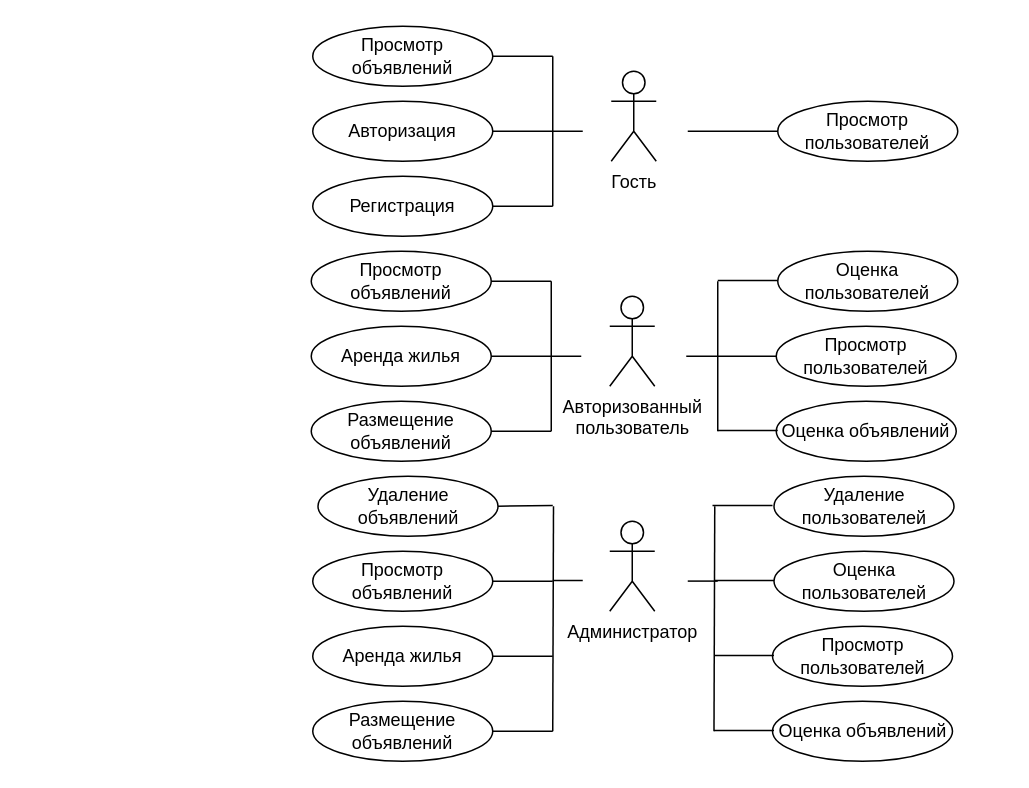
This is page "use-case" (1 of 5) of doc/diagrams.drawio from Pangolierchick/IU7-PPO, a draw.io file, before an edit. Source tidied: cells renumbered, new cells numbered last; positions are measured from the earlier drawing's top-left corner, leaving out a move shared by most shapes. Both pictures are drawn from the tidied source at 150%, with x=0, y=0 at pixel (310, 26).
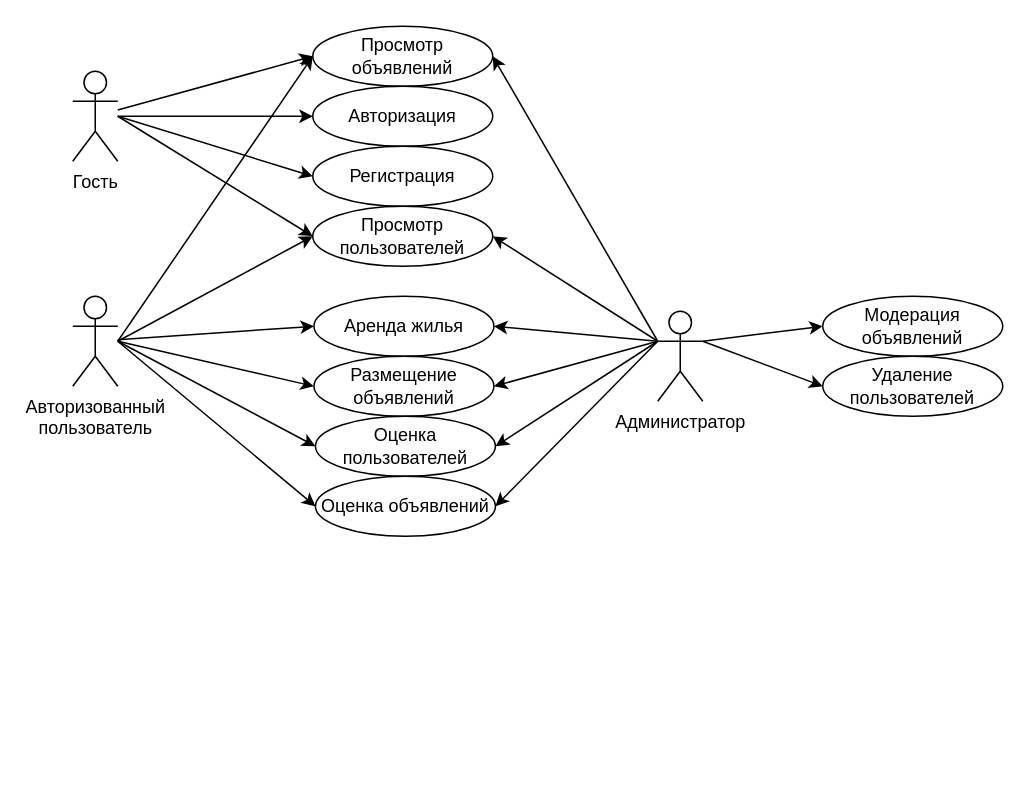
After the change.

The change refers to these unchanged cells:
```xml
<mxCell id="3" value="Просмотр объявлений" style="ellipse;whiteSpace=wrap;html=1;labelBackgroundColor=none;rounded=0;" parent="1" vertex="1">
  <mxGeometry x="1" width="120" height="40" as="geometry" />
</mxCell>
```

What changed in the source:
```diff
@@
     <mxCell id="2" value="Гость" style="shape=umlActor;verticalLabelPosition=bottom;verticalAlign=top;html=1;outlineConnect=0;labelBackgroundColor=none;rounded=0;" parent="1" vertex="1">
-      <mxGeometry x="200" y="30" width="30" height="60" as="geometry" />
+      <mxGeometry x="-159" y="30" width="30" height="60" as="geometry" />
     </mxCell>
@@
     <mxCell id="4" value="Авторизация" style="ellipse;whiteSpace=wrap;html=1;labelBackgroundColor=none;rounded=0;" parent="1" vertex="1">
-      <mxGeometry x="1" y="50" width="120" height="40" as="geometry" />
+      <mxGeometry x="1" y="40" width="120" height="40" as="geometry" />
     </mxCell>
     <mxCell id="5" value="Регистрация" style="ellipse;whiteSpace=wrap;html=1;labelBackgroundColor=none;rounded=0;" parent="1" vertex="1">
-      <mxGeometry x="1" y="100" width="120" height="40" as="geometry" />
+      <mxGeometry x="1" y="80" width="120" height="40" as="geometry" />
     </mxCell>
     <mxCell id="6" value="Просмотр пользователей" style="ellipse;whiteSpace=wrap;html=1;labelBackgroundColor=none;rounded=0;" parent="1" vertex="1">
-      <mxGeometry x="311" y="50" width="120" height="40" as="geometry" />
+      <mxGeometry x="1" y="120" width="120" height="40" as="geometry" />
     </mxCell>
-    <mxCell id="7" style="endArrow=none;html=1;rounded=0;exitX=1;exitY=0.5;exitDx=0;exitDy=0;" parent="1" edge="1" source="5">
-      <mxGeometry relative="1" as="geometry">
-        <mxPoint x="161" y="120" as="targetPoint" />
-      </mxGeometry>
-    </mxCell>
-    <mxCell id="8" style="endArrow=none;html=1;rounded=0;" parent="1" edge="1">
-      <mxGeometry relative="1" as="geometry">
-        <mxPoint x="161" y="20" as="sourcePoint" />
-        <mxPoint x="161" y="120" as="targetPoint" />
-      </mxGeometry>
-    </mxCell>
-    <mxCell id="9" style="endArrow=none;html=1;rounded=0;exitX=1;exitY=0.5;exitDx=0;exitDy=0;" parent="1" edge="1" source="4">
-      <mxGeometry relative="1" as="geometry">
-        <mxPoint x="161" y="70" as="targetPoint" />
-      </mxGeometry>
-    </mxCell>
-    <mxCell id="10" style="endArrow=none;html=1;rounded=0;exitX=1;exitY=0.5;exitDx=0;exitDy=0;" parent="1" edge="1" source="3">
-      <mxGeometry relative="1" as="geometry">
-        <mxPoint x="161" y="20" as="targetPoint" />
-      </mxGeometry>
-    </mxCell>
-    <mxCell id="11" style="endArrow=none;html=1;rounded=0;" parent="1" edge="1">
-      <mxGeometry relative="1" as="geometry">
-        <mxPoint x="161" y="70" as="sourcePoint" />
-        <mxPoint x="181" y="70" as="targetPoint" />
-      </mxGeometry>
-    </mxCell>
-    <mxCell id="12" style="endArrow=none;html=1;rounded=0;entryX=0;entryY=0.5;entryDx=0;entryDy=0;" parent="1" edge="1" target="6">
-      <mxGeometry relative="1" as="geometry">
-        <mxPoint x="251" y="70" as="sourcePoint" />
-      </mxGeometry>
-    </mxCell>
     <mxCell id="13" value="Авторизованный&lt;br&gt;пользователь" style="shape=umlActor;verticalLabelPosition=bottom;verticalAlign=top;html=1;outlineConnect=0;labelBackgroundColor=none;rounded=0;" parent="1" vertex="1">
-      <mxGeometry x="199" y="180" width="30" height="60" as="geometry" />
+      <mxGeometry x="-159" y="180" width="30" height="60" as="geometry" />
     </mxCell>
-    <mxCell id="14" value="Просмотр объявлений" style="ellipse;whiteSpace=wrap;html=1;labelBackgroundColor=none;rounded=0;" parent="1" vertex="1">
-      <mxGeometry y="150" width="120" height="40" as="geometry" />
-    </mxCell>
     <mxCell id="15" value="Аренда жилья" style="ellipse;whiteSpace=wrap;html=1;labelBackgroundColor=none;rounded=0;" parent="1" vertex="1">
-      <mxGeometry y="200" width="120" height="40" as="geometry" />
+      <mxGeometry x="1.8" y="180" width="120" height="40" as="geometry" />
     </mxCell>
     <mxCell id="16" value="Размещение объявлений" style="ellipse;whiteSpace=wrap;html=1;labelBackgroundColor=none;rounded=0;" parent="1" vertex="1">
-      <mxGeometry y="250" width="120" height="40" as="geometry" />
+      <mxGeometry x="1.8" y="220" width="120" height="40" as="geometry" />
     </mxCell>
-    <mxCell id="17" value="Просмотр пользователей" style="ellipse;whiteSpace=wrap;html=1;labelBackgroundColor=none;rounded=0;" parent="1" vertex="1">
-      <mxGeometry x="310" y="200" width="120" height="40" as="geometry" />
-    </mxCell>
-    <mxCell id="18" style="endArrow=none;html=1;rounded=0;exitX=1;exitY=0.5;exitDx=0;exitDy=0;" parent="1" edge="1" source="16">
-      <mxGeometry relative="1" as="geometry">
-        <mxPoint x="160" y="270" as="targetPoint" />
-      </mxGeometry>
-    </mxCell>
-    <mxCell id="19" style="endArrow=none;html=1;rounded=0;" parent="1" edge="1">
-      <mxGeometry relative="1" as="geometry">
-        <mxPoint x="160" y="170" as="sourcePoint" />
-        <mxPoint x="160" y="270" as="targetPoint" />
-      </mxGeometry>
-    </mxCell>
-    <mxCell id="20" style="endArrow=none;html=1;rounded=0;exitX=1;exitY=0.5;exitDx=0;exitDy=0;" parent="1" edge="1" source="15">
-      <mxGeometry relative="1" as="geometry">
-        <mxPoint x="160" y="220" as="targetPoint" />
-      </mxGeometry>
-    </mxCell>
-    <mxCell id="21" style="endArrow=none;html=1;rounded=0;exitX=1;exitY=0.5;exitDx=0;exitDy=0;" parent="1" edge="1" source="14">
-      <mxGeometry relative="1" as="geometry">
-        <mxPoint x="160" y="170" as="targetPoint" />
-      </mxGeometry>
-    </mxCell>
-    <mxCell id="22" style="endArrow=none;html=1;rounded=0;" parent="1" edge="1">
-      <mxGeometry relative="1" as="geometry">
-        <mxPoint x="160" y="220" as="sourcePoint" />
-        <mxPoint x="180" y="220" as="targetPoint" />
-      </mxGeometry>
-    </mxCell>
-    <mxCell id="23" style="endArrow=none;html=1;rounded=0;entryX=0;entryY=0.5;entryDx=0;entryDy=0;" parent="1" edge="1" target="17">
-      <mxGeometry relative="1" as="geometry">
-        <mxPoint x="250" y="220" as="sourcePoint" />
-      </mxGeometry>
-    </mxCell>
     <mxCell id="24" value="Оценка пользователей" style="ellipse;whiteSpace=wrap;html=1;labelBackgroundColor=none;rounded=0;" parent="1" vertex="1">
-      <mxGeometry x="311" y="150" width="120" height="40" as="geometry" />
+      <mxGeometry x="2.8" y="260" width="120" height="40" as="geometry" />
     </mxCell>
     <mxCell id="25" value="Оценка объявлений" style="ellipse;whiteSpace=wrap;html=1;labelBackgroundColor=none;rounded=0;" parent="1" vertex="1">
-      <mxGeometry x="310" y="250" width="120" height="40" as="geometry" />
+      <mxGeometry x="2.8" y="300" width="120" height="40" as="geometry" />
     </mxCell>
-    <mxCell id="26" style="endArrow=none;html=1;rounded=0;" parent="1" edge="1">
-      <mxGeometry relative="1" as="geometry">
-        <mxPoint x="271" y="170" as="sourcePoint" />
-        <mxPoint x="271" y="270" as="targetPoint" />
-      </mxGeometry>
-    </mxCell>
-    <mxCell id="27" style="endArrow=none;html=1;rounded=0;exitX=1;exitY=0.5;exitDx=0;exitDy=0;" parent="1" edge="1">
-      <mxGeometry relative="1" as="geometry">
-        <mxPoint x="271" y="169.5" as="sourcePoint" />
-        <mxPoint x="311" y="169.5" as="targetPoint" />
-      </mxGeometry>
-    </mxCell>
-    <mxCell id="28" style="endArrow=none;html=1;rounded=0;exitX=1;exitY=0.5;exitDx=0;exitDy=0;" parent="1" edge="1">
-      <mxGeometry relative="1" as="geometry">
-        <mxPoint x="271" y="269.5" as="sourcePoint" />
-        <mxPoint x="311" y="269.5" as="targetPoint" />
-      </mxGeometry>
-    </mxCell>
     <mxCell id="29" value="Администратор" style="shape=umlActor;verticalLabelPosition=bottom;verticalAlign=top;html=1;outlineConnect=0;labelBackgroundColor=none;rounded=0;" parent="1" vertex="1">
-      <mxGeometry x="199" y="330" width="30" height="60" as="geometry" />
+      <mxGeometry x="231" y="190" width="30" height="60" as="geometry" />
     </mxCell>
-    <mxCell id="30" value="Просмотр объявлений" style="ellipse;whiteSpace=wrap;html=1;labelBackgroundColor=none;rounded=0;" parent="1" vertex="1">
-      <mxGeometry x="1" y="350" width="120" height="40" as="geometry" />
-    </mxCell>
-    <mxCell id="31" value="Аренда жилья" style="ellipse;whiteSpace=wrap;html=1;labelBackgroundColor=none;rounded=0;" parent="1" vertex="1">
-      <mxGeometry x="1" y="400" width="120" height="40" as="geometry" />
-    </mxCell>
-    <mxCell id="32" value="Размещение объявлений" style="ellipse;whiteSpace=wrap;html=1;labelBackgroundColor=none;rounded=0;" parent="1" vertex="1">
-      <mxGeometry x="1" y="450" width="120" height="40" as="geometry" />
-    </mxCell>
-    <mxCell id="33" value="Просмотр пользователей" style="ellipse;whiteSpace=wrap;html=1;labelBackgroundColor=none;rounded=0;" parent="1" vertex="1">
-      <mxGeometry x="307.5" y="400" width="120" height="40" as="geometry" />
-    </mxCell>
-    <mxCell id="34" style="endArrow=none;html=1;rounded=0;exitX=1;exitY=0.5;exitDx=0;exitDy=0;" parent="1" edge="1" source="32">
-      <mxGeometry relative="1" as="geometry">
-        <mxPoint x="161" y="470" as="targetPoint" />
-      </mxGeometry>
-    </mxCell>
-    <mxCell id="35" style="endArrow=none;html=1;rounded=0;" parent="1" edge="1">
-      <mxGeometry relative="1" as="geometry">
-        <mxPoint x="161.5" y="320" as="sourcePoint" />
-        <mxPoint x="161" y="470" as="targetPoint" />
-      </mxGeometry>
-    </mxCell>
-    <mxCell id="36" style="endArrow=none;html=1;rounded=0;exitX=1;exitY=0.5;exitDx=0;exitDy=0;" parent="1" edge="1" source="31">
-      <mxGeometry relative="1" as="geometry">
-        <mxPoint x="161" y="420" as="targetPoint" />
-      </mxGeometry>
-    </mxCell>
-    <mxCell id="37" style="endArrow=none;html=1;rounded=0;exitX=1;exitY=0.5;exitDx=0;exitDy=0;" parent="1" edge="1" source="30">
-      <mxGeometry relative="1" as="geometry">
-        <mxPoint x="161" y="370" as="targetPoint" />
-      </mxGeometry>
-    </mxCell>
-    <mxCell id="38" value="Оценка пользователей" style="ellipse;whiteSpace=wrap;html=1;labelBackgroundColor=none;rounded=0;" parent="1" vertex="1">
-      <mxGeometry x="308.5" y="350" width="120" height="40" as="geometry" />
-    </mxCell>
-    <mxCell id="39" value="Оценка объявлений" style="ellipse;whiteSpace=wrap;html=1;labelBackgroundColor=none;rounded=0;" parent="1" vertex="1">
-      <mxGeometry x="307.5" y="450" width="120" height="40" as="geometry" />
-    </mxCell>
-    <mxCell id="40" style="endArrow=none;html=1;rounded=0;" parent="1" edge="1">
-      <mxGeometry relative="1" as="geometry">
-        <mxPoint x="269" y="320" as="sourcePoint" />
-        <mxPoint x="268.5" y="470" as="targetPoint" />
-      </mxGeometry>
-    </mxCell>
-    <mxCell id="41" style="endArrow=none;html=1;rounded=0;exitX=1;exitY=0.5;exitDx=0;exitDy=0;" parent="1" edge="1">
-      <mxGeometry relative="1" as="geometry">
-        <mxPoint x="268.5" y="369.5" as="sourcePoint" />
-        <mxPoint x="308.5" y="369.5" as="targetPoint" />
-      </mxGeometry>
-    </mxCell>
-    <mxCell id="42" style="endArrow=none;html=1;rounded=0;exitX=1;exitY=0.5;exitDx=0;exitDy=0;" parent="1" edge="1">
-      <mxGeometry relative="1" as="geometry">
-        <mxPoint x="268.5" y="469.5" as="sourcePoint" />
-        <mxPoint x="308.5" y="469.5" as="targetPoint" />
-      </mxGeometry>
-    </mxCell>
-    <mxCell id="43" value="Удаление объявлений" style="ellipse;whiteSpace=wrap;html=1;labelBackgroundColor=none;rounded=0;" parent="1" vertex="1">
-      <mxGeometry x="4.5" y="300" width="120" height="40" as="geometry" />
+    <mxCell id="43" value="Модерация объявлений" style="ellipse;whiteSpace=wrap;html=1;labelBackgroundColor=none;rounded=0;" parent="1" vertex="1">
+      <mxGeometry x="341" y="180" width="120" height="40" as="geometry" />
     </mxCell>
     <mxCell id="44" value="Удаление пользователей" style="ellipse;whiteSpace=wrap;html=1;labelBackgroundColor=none;rounded=0;" parent="1" vertex="1">
-      <mxGeometry x="308.5" y="300" width="120" height="40" as="geometry" />
+      <mxGeometry x="341" y="220" width="120" height="40" as="geometry" />
     </mxCell>
-    <mxCell id="45" style="endArrow=none;html=1;rounded=0;exitX=1;exitY=0.5;exitDx=0;exitDy=0;" parent="1" edge="1">
-      <mxGeometry relative="1" as="geometry">
-        <mxPoint x="269" y="419.5" as="sourcePoint" />
-        <mxPoint x="308.5" y="419.5" as="targetPoint" />
-      </mxGeometry>
-    </mxCell>
-    <mxCell id="46" style="endArrow=none;html=1;rounded=0;exitX=1;exitY=0.5;exitDx=0;exitDy=0;" parent="1" edge="1">
-      <mxGeometry relative="1" as="geometry">
-        <mxPoint x="267.5" y="319.5" as="sourcePoint" />
-        <mxPoint x="307.5" y="319.5" as="targetPoint" />
-      </mxGeometry>
-    </mxCell>
-    <mxCell id="47" style="endArrow=none;html=1;rounded=0;exitX=1;exitY=0.5;exitDx=0;exitDy=0;" parent="1" edge="1" source="43">
-      <mxGeometry relative="1" as="geometry">
-        <mxPoint x="161" y="319.5" as="targetPoint" />
-      </mxGeometry>
-    </mxCell>
-    <mxCell id="48" style="endArrow=none;html=1;rounded=0;" parent="1" edge="1">
-      <mxGeometry relative="1" as="geometry">
-        <mxPoint x="161" y="369.5" as="sourcePoint" />
-        <mxPoint x="181" y="369.5" as="targetPoint" />
-      </mxGeometry>
-    </mxCell>
-    <mxCell id="49" style="endArrow=none;html=1;rounded=0;" parent="1" edge="1">
-      <mxGeometry relative="1" as="geometry">
-        <mxPoint x="251" y="369.9" as="sourcePoint" />
-        <mxPoint x="271" y="369.9" as="targetPoint" />
-      </mxGeometry>
-    </mxCell>
+    <mxCell id="50" style="endArrow=classic;html=1;rounded=0;entryX=0;entryY=0.5;entryDx=0;entryDy=0;" parent="1" edge="1" source="2" target="3">
+      <mxGeometry relative="1" as="geometry" />
+    </mxCell>
+    <mxCell id="51" style="endArrow=classic;html=1;rounded=0;entryX=0;entryY=0.5;entryDx=0;entryDy=0;" parent="1" edge="1" target="4">
+      <mxGeometry relative="1" as="geometry">
+        <mxPoint x="-129" y="60" as="sourcePoint" />
+      </mxGeometry>
+    </mxCell>
+    <mxCell id="52" style="endArrow=classic;html=1;rounded=0;entryX=0;entryY=0.5;entryDx=0;entryDy=0;" parent="1" edge="1" target="5">
+      <mxGeometry relative="1" as="geometry">
+        <mxPoint x="-129" y="60" as="sourcePoint" />
+      </mxGeometry>
+    </mxCell>
+    <mxCell id="53" style="endArrow=classic;html=1;rounded=0;entryX=0;entryY=0.5;entryDx=0;entryDy=0;" parent="1" edge="1" target="6">
+      <mxGeometry relative="1" as="geometry">
+        <mxPoint x="-129" y="60" as="sourcePoint" />
+      </mxGeometry>
+    </mxCell>
+    <mxCell id="54" style="endArrow=classic;html=1;rounded=0;entryX=0;entryY=0.5;entryDx=0;entryDy=0;" parent="1" edge="1" source="13" target="15">
+      <mxGeometry relative="1" as="geometry" />
+    </mxCell>
+    <mxCell id="55" style="endArrow=classic;html=1;rounded=0;entryX=0;entryY=0.5;entryDx=0;entryDy=0;" parent="1" edge="1" target="16">
+      <mxGeometry relative="1" as="geometry">
+        <mxPoint x="-129" y="210" as="sourcePoint" />
+      </mxGeometry>
+    </mxCell>
+    <mxCell id="56" style="endArrow=classic;html=1;rounded=0;entryX=0;entryY=0.5;entryDx=0;entryDy=0;" parent="1" edge="1" target="24">
+      <mxGeometry relative="1" as="geometry">
+        <mxPoint x="-129" y="210" as="sourcePoint" />
+      </mxGeometry>
+    </mxCell>
+    <mxCell id="57" style="endArrow=classic;html=1;rounded=0;entryX=0;entryY=0.5;entryDx=0;entryDy=0;" parent="1" edge="1" target="25">
+      <mxGeometry relative="1" as="geometry">
+        <mxPoint x="-129" y="210" as="sourcePoint" />
+      </mxGeometry>
+    </mxCell>
+    <mxCell id="58" style="endArrow=classic;html=1;rounded=0;entryX=0;entryY=0.5;entryDx=0;entryDy=0;exitX=1;exitY=0.3333333333333333;exitDx=0;exitDy=0;exitPerimeter=0;" parent="1" edge="1" source="29" target="43">
+      <mxGeometry relative="1" as="geometry" />
+    </mxCell>
+    <mxCell id="59" style="endArrow=classic;html=1;rounded=0;entryX=0;entryY=0.5;entryDx=0;entryDy=0;" parent="1" edge="1" target="44">
+      <mxGeometry relative="1" as="geometry">
+        <mxPoint x="261" y="210" as="sourcePoint" />
+      </mxGeometry>
+    </mxCell>
+    <mxCell id="60" style="endArrow=classic;html=1;rounded=0;entryX=0;entryY=0.5;entryDx=0;entryDy=0;" parent="1" edge="1" target="6">
+      <mxGeometry relative="1" as="geometry">
+        <mxPoint x="-129" y="210" as="sourcePoint" />
+      </mxGeometry>
+    </mxCell>
+    <mxCell id="61" style="endArrow=classic;html=1;rounded=0;entryX=0;entryY=0.5;entryDx=0;entryDy=0;" parent="1" edge="1" target="3">
+      <mxGeometry relative="1" as="geometry">
+        <mxPoint x="-129" y="210" as="sourcePoint" />
+      </mxGeometry>
+    </mxCell>
+    <mxCell id="62" style="endArrow=classic;html=1;rounded=0;exitX=0;exitY=0.3333333333333333;exitDx=0;exitDy=0;exitPerimeter=0;entryX=1;entryY=0.5;entryDx=0;entryDy=0;" parent="1" edge="1" source="29" target="25">
+      <mxGeometry relative="1" as="geometry" />
+    </mxCell>
+    <mxCell id="63" style="endArrow=classic;html=1;rounded=0;exitX=0;exitY=0.3333333333333333;exitDx=0;exitDy=0;exitPerimeter=0;entryX=1;entryY=0.5;entryDx=0;entryDy=0;" parent="1" edge="1" source="29" target="24">
+      <mxGeometry relative="1" as="geometry" />
+    </mxCell>
+    <mxCell id="64" style="endArrow=classic;html=1;rounded=0;entryX=1;entryY=0.5;entryDx=0;entryDy=0;" parent="1" edge="1" target="16">
+      <mxGeometry relative="1" as="geometry">
+        <mxPoint x="231" y="210" as="sourcePoint" />
+      </mxGeometry>
+    </mxCell>
+    <mxCell id="65" style="endArrow=classic;html=1;rounded=0;entryX=1;entryY=0.5;entryDx=0;entryDy=0;" parent="1" edge="1" target="15">
+      <mxGeometry relative="1" as="geometry">
+        <mxPoint x="231" y="210" as="sourcePoint" />
+      </mxGeometry>
+    </mxCell>
+    <mxCell id="66" style="endArrow=classic;html=1;rounded=0;entryX=1;entryY=0.5;entryDx=0;entryDy=0;" parent="1" edge="1" target="6">
+      <mxGeometry relative="1" as="geometry">
+        <mxPoint x="231" y="210" as="sourcePoint" />
+      </mxGeometry>
+    </mxCell>
+    <mxCell id="67" style="endArrow=classic;html=1;rounded=0;entryX=1;entryY=0.5;entryDx=0;entryDy=0;" parent="1" edge="1" target="3">
+      <mxGeometry relative="1" as="geometry">
+        <mxPoint x="231" y="210" as="sourcePoint" />
+      </mxGeometry>
+    </mxCell>
```
